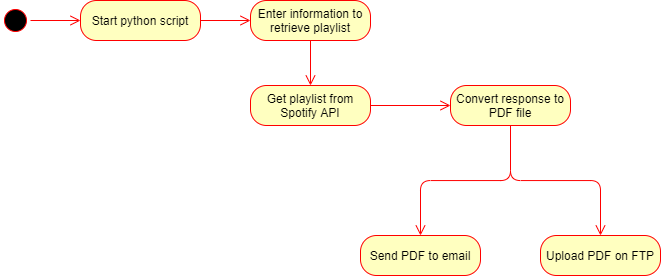
Before: docs/steps.drawio.png, a diagram exported from draw.io (baltermia/python-spotify). Source tidied: cells renumbered, new cells last; positions are measured from the earlier drawing's top-left corner, leaving out a move shared by most shapes. Source of this version:
```xml
<mxGraphModel>
  <root>
    <mxCell id="0" />
    <mxCell id="1" parent="0" />
    <mxCell id="2" style="ellipse;html=1;shape=startState;fillColor=#000000;strokeColor=#ff0000;" parent="1" vertex="1">
      <mxGeometry y="5" width="30" height="30" as="geometry" />
    </mxCell>
    <mxCell id="3" style="edgeStyle=orthogonalEdgeStyle;html=1;verticalAlign=bottom;endArrow=open;endSize=8;strokeColor=#ff0000;entryX=0;entryY=0.5;entryDx=0;entryDy=0;" parent="1" edge="1" source="2" target="4">
      <mxGeometry relative="1" as="geometry" />
    </mxCell>
    <mxCell id="4" value="Start python script" style="rounded=1;whiteSpace=wrap;html=1;arcSize=40;fontColor=#000000;fillColor=#ffffc0;strokeColor=#ff0000;" parent="1" vertex="1">
      <mxGeometry x="80" width="120" height="40" as="geometry" />
    </mxCell>
    <mxCell id="5" style="edgeStyle=orthogonalEdgeStyle;html=1;verticalAlign=bottom;endArrow=open;endSize=8;strokeColor=#ff0000;" parent="1" edge="1" source="4" target="6">
      <mxGeometry relative="1" as="geometry" />
    </mxCell>
    <mxCell id="6" value="Enter information to retrieve playlist" style="rounded=1;whiteSpace=wrap;html=1;arcSize=40;fontColor=#000000;fillColor=#ffffc0;strokeColor=#ff0000;" parent="1" vertex="1">
      <mxGeometry x="250" width="120" height="40" as="geometry" />
    </mxCell>
    <mxCell id="7" style="edgeStyle=orthogonalEdgeStyle;html=1;verticalAlign=bottom;endArrow=open;endSize=8;strokeColor=#ff0000;" parent="1" edge="1" source="6" target="8">
      <mxGeometry relative="1" as="geometry" />
    </mxCell>
    <mxCell id="8" value="Get playlist from Spotify API" style="rounded=1;whiteSpace=wrap;html=1;arcSize=40;fontColor=#000000;fillColor=#ffffc0;strokeColor=#ff0000;" parent="1" vertex="1">
      <mxGeometry x="250" y="85" width="120" height="40" as="geometry" />
    </mxCell>
    <mxCell id="9" style="edgeStyle=orthogonalEdgeStyle;html=1;verticalAlign=bottom;endArrow=open;endSize=8;strokeColor=#ff0000;" parent="1" edge="1" source="8" target="10">
      <mxGeometry relative="1" as="geometry" />
    </mxCell>
    <mxCell id="10" value="Convert response to PDF file" style="rounded=1;whiteSpace=wrap;html=1;arcSize=40;fontColor=#000000;fillColor=#ffffc0;strokeColor=#ff0000;" parent="1" vertex="1">
      <mxGeometry x="450" y="85" width="120" height="40" as="geometry" />
    </mxCell>
    <mxCell id="11" style="edgeStyle=orthogonalEdgeStyle;html=1;verticalAlign=bottom;endArrow=open;endSize=8;strokeColor=#ff0000;" parent="1" edge="1" source="10" target="12">
      <mxGeometry relative="1" as="geometry" />
    </mxCell>
    <mxCell id="12" value="Send PDF to email" style="rounded=1;whiteSpace=wrap;html=1;arcSize=40;fontColor=#000000;fillColor=#ffffc0;strokeColor=#ff0000;" parent="1" vertex="1">
      <mxGeometry x="360" y="235" width="120" height="40" as="geometry" />
    </mxCell>
    <mxCell id="13" style="edgeStyle=orthogonalEdgeStyle;html=1;verticalAlign=bottom;endArrow=open;endSize=8;strokeColor=#ff0000;" parent="1" edge="1" source="10" target="14">
      <mxGeometry relative="1" as="geometry" />
    </mxCell>
    <mxCell id="14" value="Upload PDF on FTP" style="rounded=1;whiteSpace=wrap;html=1;arcSize=40;fontColor=#000000;fillColor=#ffffc0;strokeColor=#ff0000;" parent="1" vertex="1">
      <mxGeometry x="540" y="235" width="120" height="40" as="geometry" />
    </mxCell>
  </root>
</mxGraphModel>
```
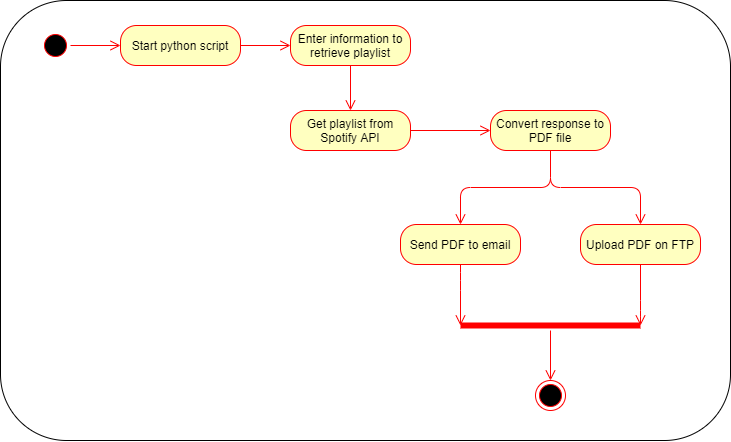
The same file after the commit.

Commit message:
Add white background to steps diagram

What changed in the source:
```diff
@@ -2,6 +2,9 @@
   <root>
     <mxCell id="0" />
     <mxCell id="1" parent="0" />
+    <mxCell id="15" style="rounded=1;whiteSpace=wrap;html=1;" parent="1" vertex="1">
+      <mxGeometry x="-40" y="-25" width="730" height="440" as="geometry" />
+    </mxCell>
     <mxCell id="2" style="ellipse;html=1;shape=startState;fillColor=#000000;strokeColor=#ff0000;" parent="1" vertex="1">
       <mxGeometry y="5" width="30" height="30" as="geometry" />
     </mxCell>
@@ -33,13 +36,38 @@
       <mxGeometry relative="1" as="geometry" />
     </mxCell>
     <mxCell id="12" value="Send PDF to email" style="rounded=1;whiteSpace=wrap;html=1;arcSize=40;fontColor=#000000;fillColor=#ffffc0;strokeColor=#ff0000;" parent="1" vertex="1">
-      <mxGeometry x="360" y="235" width="120" height="40" as="geometry" />
+      <mxGeometry x="360" y="199" width="120" height="40" as="geometry" />
     </mxCell>
     <mxCell id="13" style="edgeStyle=orthogonalEdgeStyle;html=1;verticalAlign=bottom;endArrow=open;endSize=8;strokeColor=#ff0000;" parent="1" edge="1" source="10" target="14">
       <mxGeometry relative="1" as="geometry" />
     </mxCell>
     <mxCell id="14" value="Upload PDF on FTP" style="rounded=1;whiteSpace=wrap;html=1;arcSize=40;fontColor=#000000;fillColor=#ffffc0;strokeColor=#ff0000;" parent="1" vertex="1">
-      <mxGeometry x="540" y="235" width="120" height="40" as="geometry" />
+      <mxGeometry x="540" y="199" width="120" height="40" as="geometry" />
     </mxCell>
+    <mxCell id="16" style="shape=line;html=1;strokeWidth=6;strokeColor=#ff0000;" parent="1" vertex="1">
+      <mxGeometry x="420" y="295" width="180" height="10" as="geometry" />
+    </mxCell>
+    <mxCell id="17" style="edgeStyle=orthogonalEdgeStyle;html=1;verticalAlign=bottom;endArrow=open;endSize=8;strokeColor=#ff0000;" parent="1" edge="1" source="16" target="18">
+      <mxGeometry relative="1" as="geometry" />
+    </mxCell>
+    <mxCell id="18" style="ellipse;html=1;shape=endState;fillColor=#000000;strokeColor=#ff0000;" parent="1" vertex="1">
+      <mxGeometry x="495" y="355" width="30" height="30" as="geometry" />
+    </mxCell>
+    <mxCell id="19" style="edgeStyle=orthogonalEdgeStyle;html=1;verticalAlign=bottom;endArrow=open;endSize=8;strokeColor=#ff0000;entryX=1;entryY=0.5;entryDx=0;entryDy=0;entryPerimeter=0;" parent="1" edge="1" source="14" target="16">
+      <mxGeometry relative="1" as="geometry">
+        <Array as="points">
+          <mxPoint x="600" y="285" />
+          <mxPoint x="600" y="285" />
+        </Array>
+      </mxGeometry>
+    </mxCell>
+    <mxCell id="20" style="edgeStyle=orthogonalEdgeStyle;html=1;verticalAlign=bottom;endArrow=open;endSize=8;strokeColor=#ff0000;entryX=0;entryY=0.5;entryDx=0;entryDy=0;entryPerimeter=0;" parent="1" edge="1" source="12" target="16">
+      <mxGeometry relative="1" as="geometry">
+        <Array as="points">
+          <mxPoint x="420" y="255" />
+          <mxPoint x="420" y="255" />
+        </Array>
+      </mxGeometry>
+    </mxCell>
   </root>
 </mxGraphModel>
```
